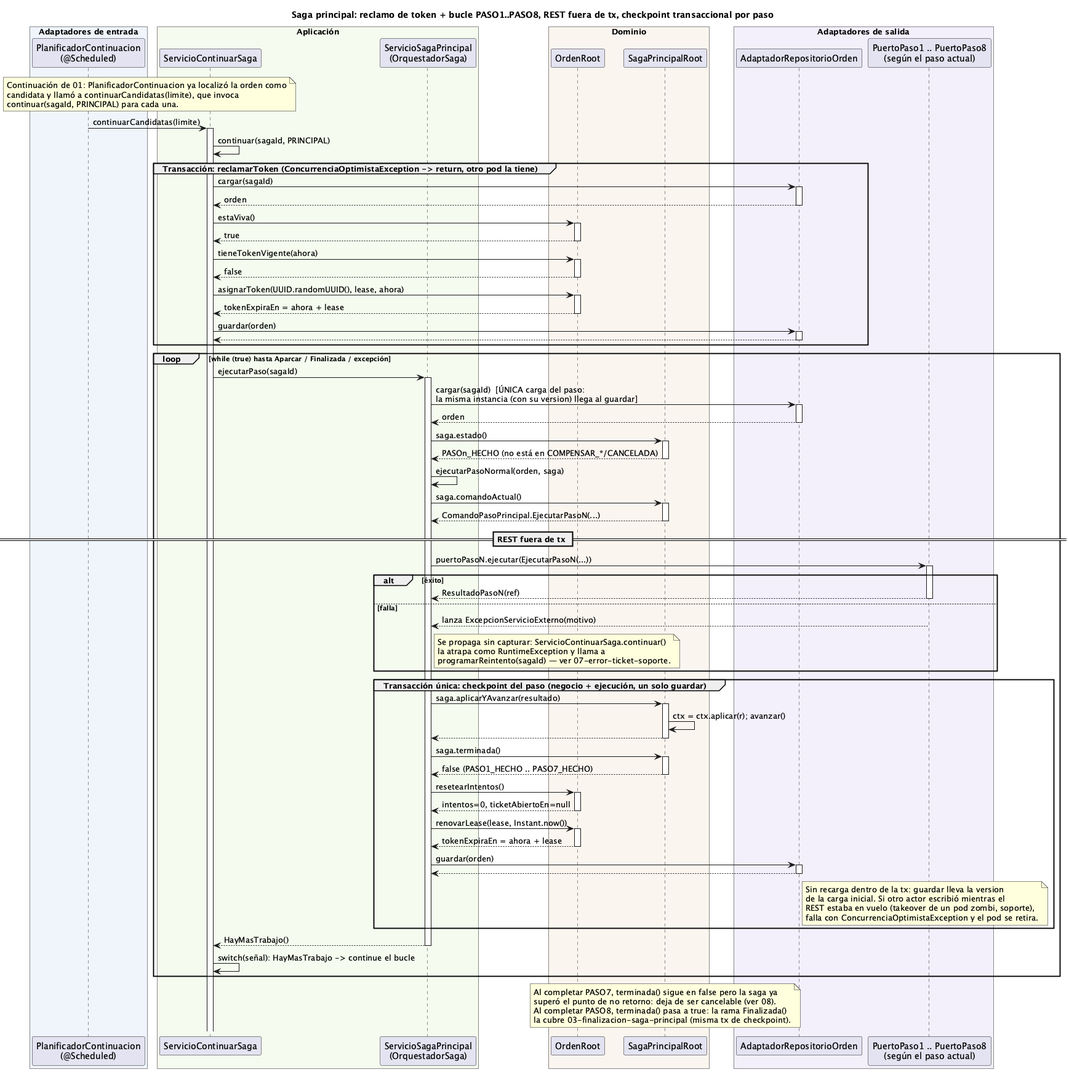
ralcazar/patrones keeps this PlantUML diagram as order-manager/docs/02-pasos-saga-principal.png. Above is the earlier version.
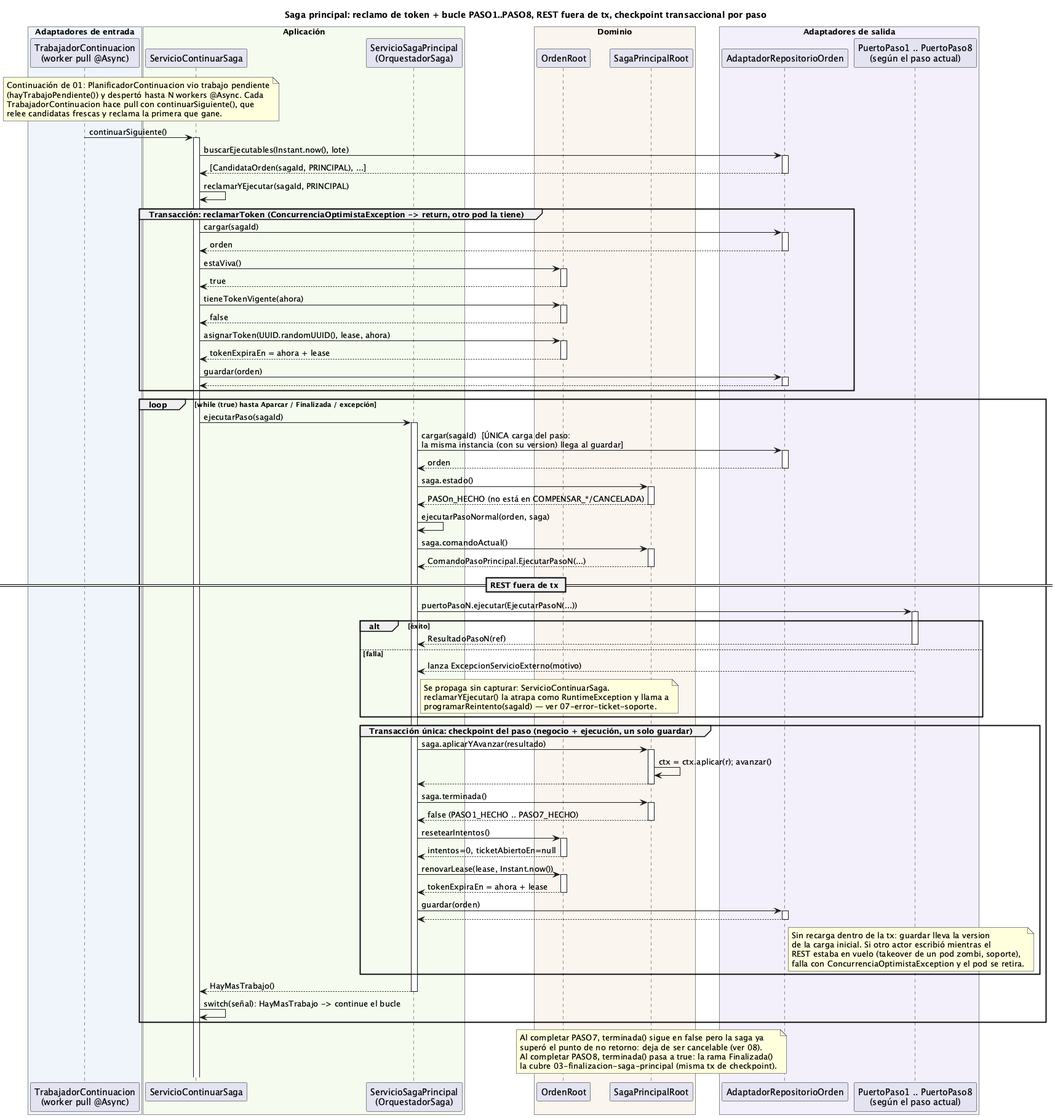
Later version of the same file.

Change to the diagram source:
```diff
@@ -2,7 +2,7 @@
 title Saga principal: reclamo de token + bucle PASO1..PASO8, REST fuera de tx, checkpoint transaccional por paso
 
 box "Adaptadores de entrada" #EFF5FB
-  participant "PlanificadorContinuacion\n(@Scheduled)" as PLAN
+  participant "TrabajadorContinuacion\n(worker pull @Async)" as TRAB
 end box
 box "Aplicación" #F5FBEF
   participant "ServicioContinuarSaga" as CONT
@@ -17,14 +17,17 @@
   participant "PuertoPaso1 .. PuertoPaso8\n(según el paso actual)" as PASOS
 end box
 
-note over PLAN, CONT
-  Continuación de 01: PlanificadorContinuacion ya localizó la orden como
-  candidata y llamó a continuarCandidatas(limite), que invoca
-  continuar(sagaId, PRINCIPAL) para cada una.
+note over TRAB, CONT
+  Continuación de 01: PlanificadorContinuacion vio trabajo pendiente
+  (hayTrabajoPendiente()) y despertó hasta N workers @Async. Cada
+  TrabajadorContinuacion hace pull con continuarSiguiente(), que
+  relee candidatas frescas y reclama la primera que gane.
 end note
 
-PLAN -> CONT ++ : continuarCandidatas(limite)
-CONT -> CONT : continuar(sagaId, PRINCIPAL)
+TRAB -> CONT ++ : continuarSiguiente()
+CONT -> REPO ++ : buscarEjecutables(Instant.now(), lote)
+return [CandidataOrden(sagaId, PRINCIPAL), ...]
+CONT -> CONT : reclamarYEjecutar(sagaId, PRINCIPAL)
 
 group Transacción: reclamarToken (ConcurrenciaOptimistaException -> return, otro pod la tiene)
   CONT -> REPO ++ : cargar(sagaId)
@@ -57,8 +60,8 @@
   else falla
     PASOS --> ORQ : lanza ExcepcionServicioExterno(motivo)
     note right of ORQ
-      Se propaga sin capturar: ServicioContinuarSaga.continuar()
-      la atrapa como RuntimeException y llama a
+      Se propaga sin capturar: ServicioContinuarSaga.
+      reclamarYEjecutar() la atrapa como RuntimeException y llama a
       programarReintento(sagaId) — ver 07-error-ticket-soporte.
     end note
   end
```
